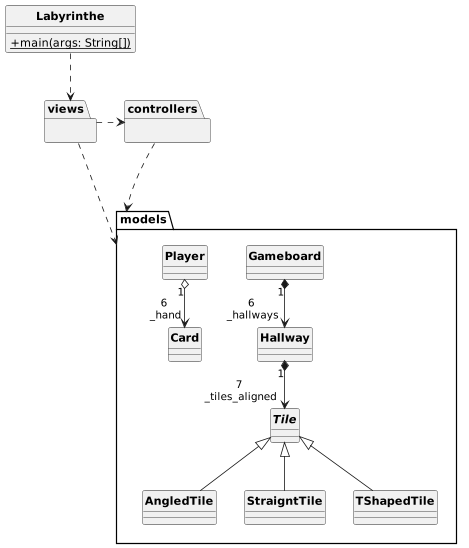
Before: uml/Labyrinthe.png, a diagram exported from PlantUML (ElenaFri/labyrinthe). Its source is kept beside it as uml/labyrinthe.puml.
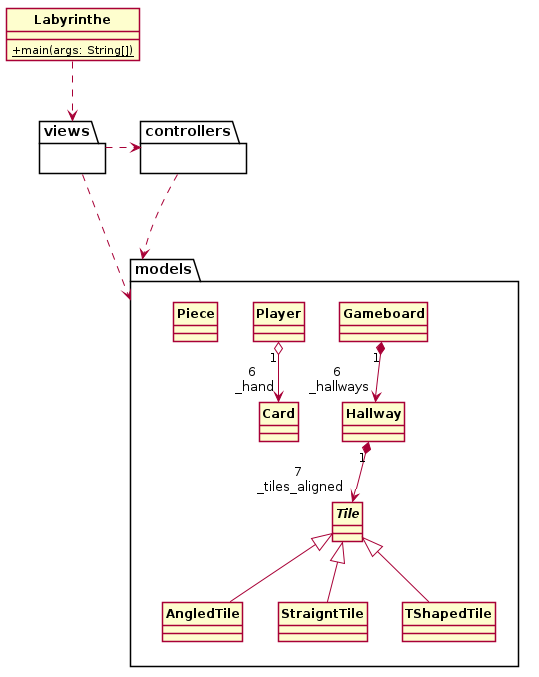
Later version of the same file.

Change to the diagram source:
```diff
@@ -32,6 +32,7 @@
     class Card {}
 
     class Player {}
+    class Piece {}
 }
 
 Labyrinthe ..> views
```
